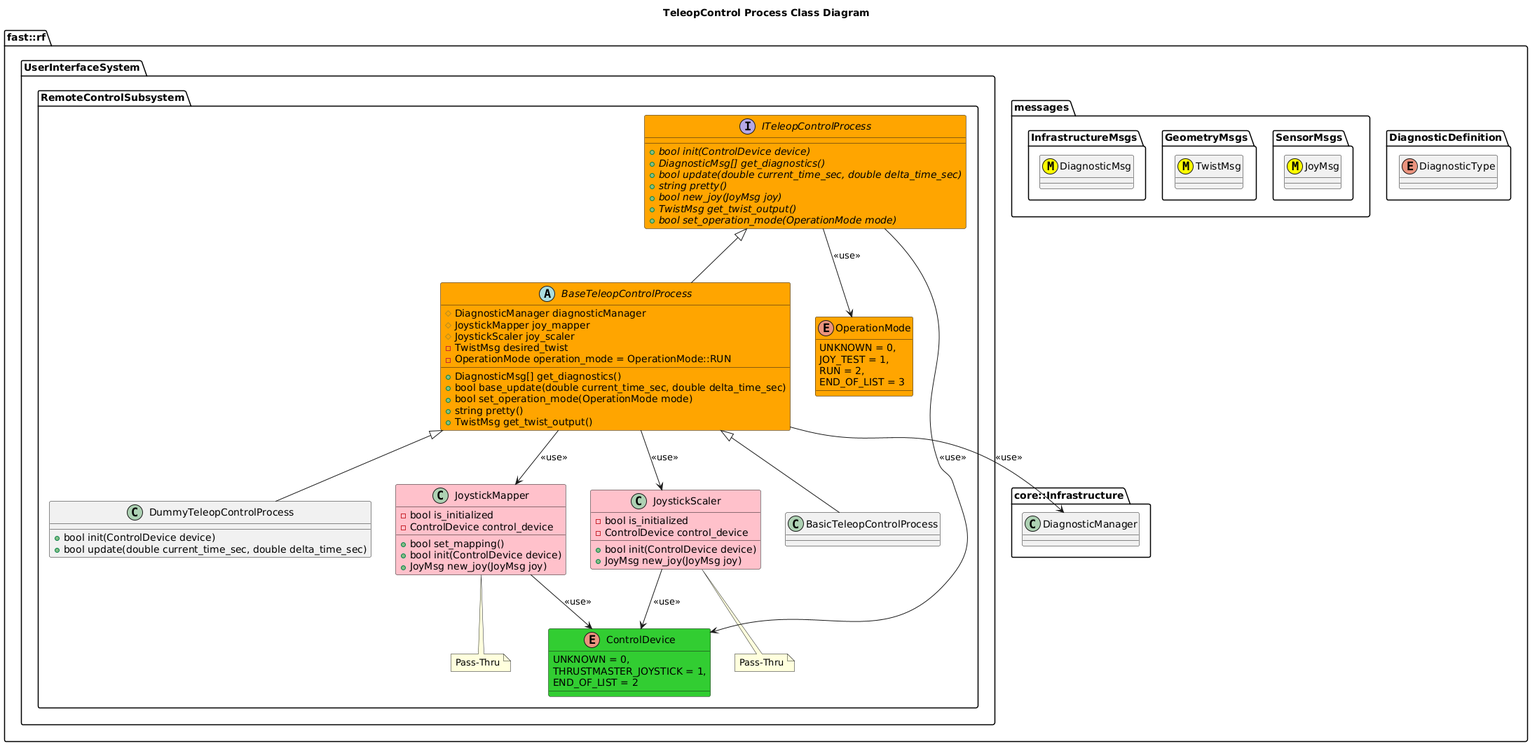
Above: Systems/UserInterface/Subsystems/RemoteControl/Processes/TeleopControl/doc/puml/TeleopControlProcessClassDiagram.png in fastrobotics/robot_framework (PlantUML), before the change.
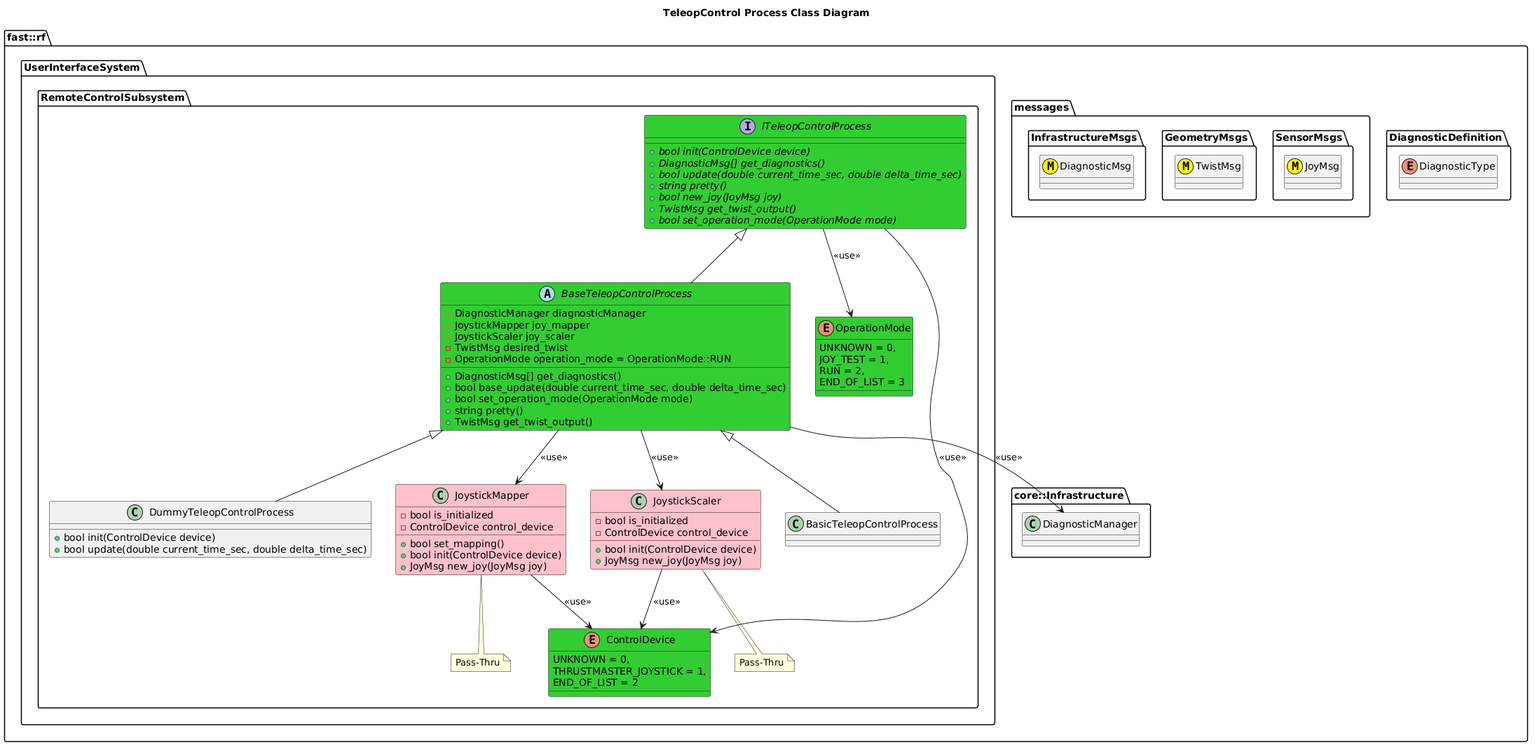
Later version of the same file.

The edit, as a diff of the source:
```diff
@@ -21,7 +21,7 @@
   }
   namespace UserInterfaceSystem {
     namespace RemoteControlSubsystem {
-      enum OperationMode #Orange {
+      enum OperationMode #LimeGreen {
         UNKNOWN = 0,
         JOY_TEST = 1,
         RUN = 2,
@@ -32,7 +32,7 @@
         THRUSTMASTER_JOYSTICK = 1,
         END_OF_LIST = 2
       }
-      interface ITeleopControlProcess #Orange {
+      interface ITeleopControlProcess #LimeGreen {
         +{abstract} bool init(ControlDevice device)
         +{abstract} DiagnosticMsg[] get_diagnostics()
         +{abstract} bool update(double current_time_sec, double delta_time_sec)
@@ -64,7 +64,7 @@
       note bottom of JoystickScaler
         Pass-Thru
       end note
-      abstract BaseTeleopControlProcess #Orange {
+      abstract BaseTeleopControlProcess #LimeGreen {
         +DiagnosticMsg[] get_diagnostics()
         +bool base_update(double current_time_sec, double delta_time_sec)
         +bool set_operation_mode(OperationMode mode)
```
